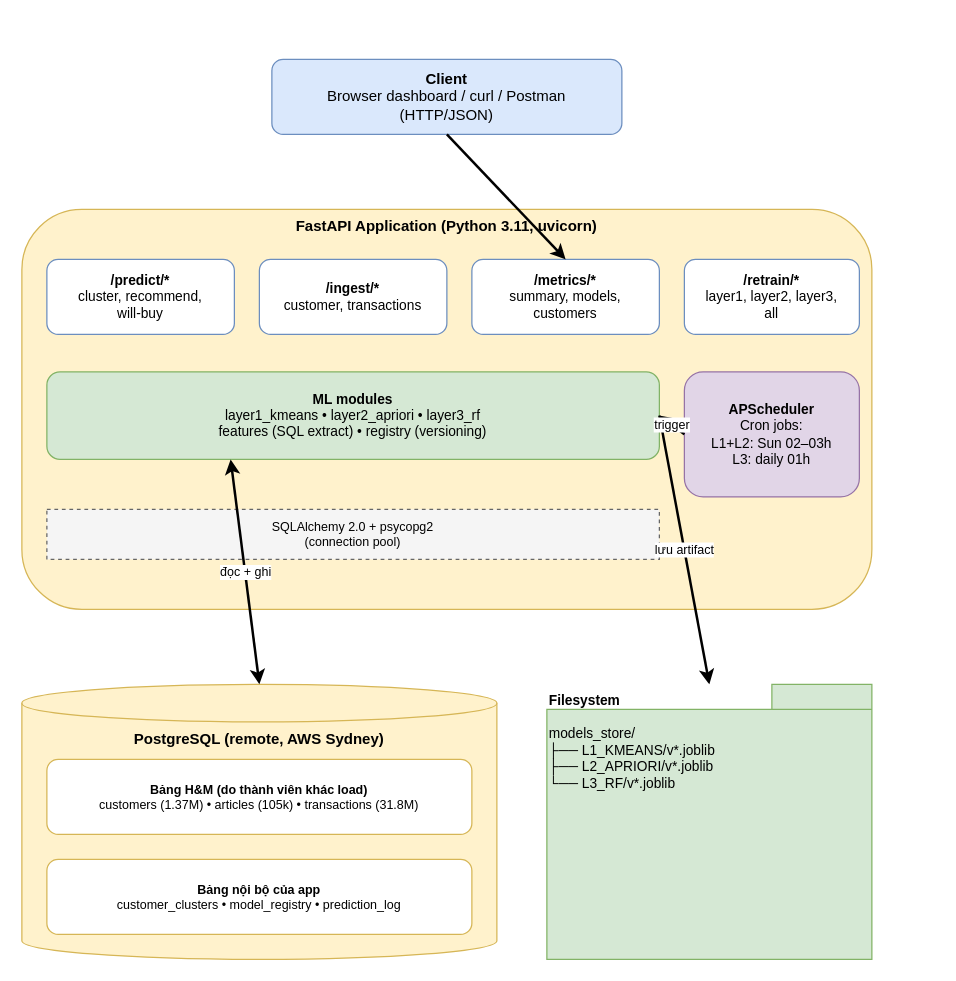
Before: data-mining/hm_mining_app/docs/diagrams/Hinh_5.1_kien_truc_tong_quan.drawio in levanminh04/Datawarehouse_Data-mining, a draw.io diagram. Source tidied: cells renumbered, new cells numbered last; positions are measured from the earlier drawing's top-left corner, leaving out a move shared by most shapes. Both pictures are drawn from the tidied source at 125%, with x=0, y=0 at pixel (21, 59).
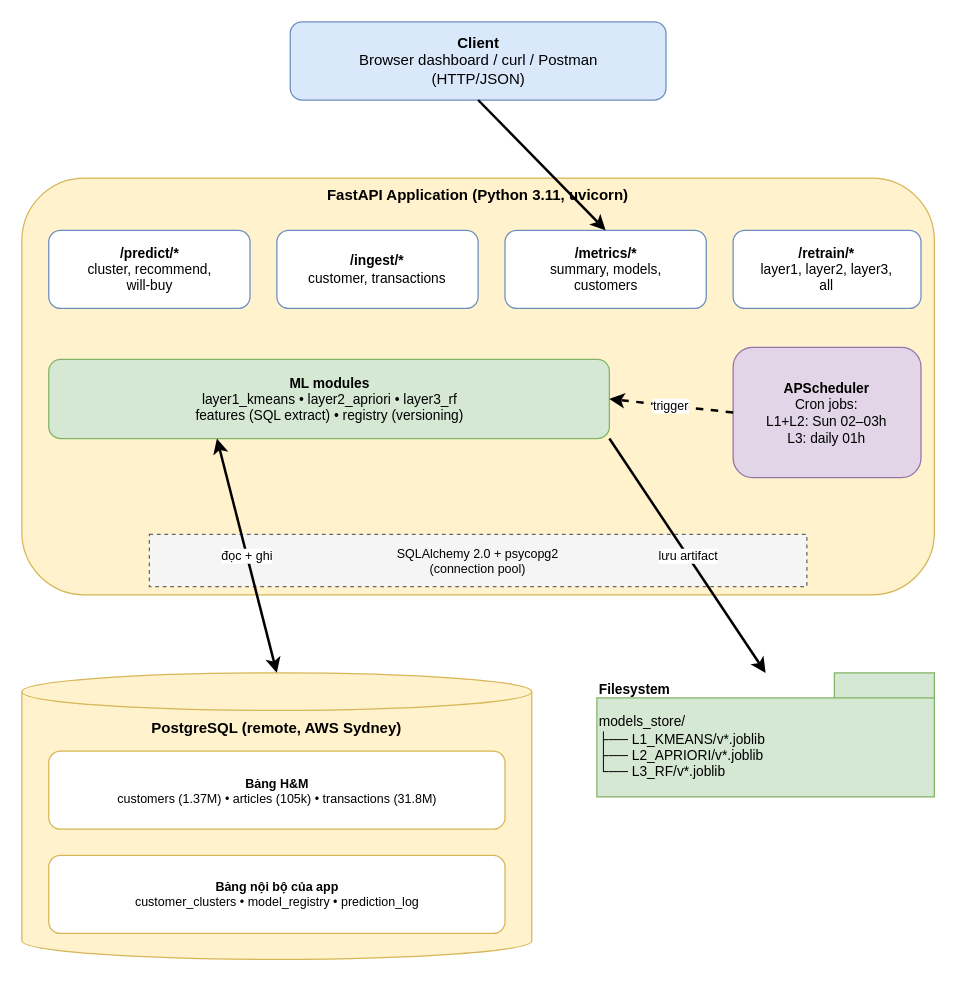
The same diagram, later.

The edit, as a diff of the source:
```diff
@@
 <mxGraphModel>
   <root>
     <mxCell id="0" />
     <mxCell id="1" parent="0" />
+    <mxCell id="19" style="group;" parent="1" vertex="1">
+      <mxGeometry y="-30" width="730" height="750" as="geometry" />
+    </mxCell>
-    <mxCell id="2" value="&lt;b&gt;Client&lt;/b&gt;&lt;br/&gt;Browser dashboard / curl / Postman&lt;br/&gt;(HTTP/JSON)" style="rounded=1;whiteSpace=wrap;html=1;fillColor=#dae8fc;strokeColor=#6c8ebf;fontSize=12;" parent="1" vertex="1">
-      <mxGeometry x="200" width="280" height="60" as="geometry" />
+    <mxCell id="2" value="&lt;b&gt;Client&lt;/b&gt;&lt;br/&gt;Browser dashboard / curl / Postman&lt;br/&gt;(HTTP/JSON)" style="rounded=1;whiteSpace=wrap;html=1;fillColor=#dae8fc;strokeColor=#6c8ebf;fontSize=12;" parent="19" vertex="1">
+      <mxGeometry x="214.7" width="300.6" height="62.5" as="geometry" />
     </mxCell>
-    <mxCell id="3" value="&lt;b&gt;FastAPI Application (Python 3.11, uvicorn)&lt;/b&gt;" style="rounded=1;whiteSpace=wrap;html=1;fillColor=#fff2cc;strokeColor=#d6b656;verticalAlign=top;fontSize=12;align=center;" parent="1" vertex="1">
-      <mxGeometry y="120" width="680" height="320" as="geometry" />
+    <mxCell id="3" value="&lt;b&gt;FastAPI Application (Python 3.11, uvicorn)&lt;/b&gt;" style="rounded=1;whiteSpace=wrap;html=1;fillColor=#fff2cc;strokeColor=#d6b656;verticalAlign=top;fontSize=12;align=center;" parent="19" vertex="1">
+      <mxGeometry y="125" width="730" height="333.3" as="geometry" />
     </mxCell>
-    <mxCell id="4" value="&lt;b&gt;/predict/*&lt;/b&gt;&lt;br/&gt;cluster, recommend,&lt;br/&gt;will-buy" style="rounded=1;whiteSpace=wrap;html=1;fillColor=#ffffff;strokeColor=#6c8ebf;fontSize=11;" parent="1" vertex="1">
-      <mxGeometry x="20" y="160" width="150" height="60" as="geometry" />
+    <mxCell id="4" value="&lt;b&gt;/predict/*&lt;/b&gt;&lt;br/&gt;cluster, recommend,&lt;br/&gt;will-buy" style="rounded=1;whiteSpace=wrap;html=1;fillColor=#ffffff;strokeColor=#6c8ebf;fontSize=11;" parent="19" vertex="1">
+      <mxGeometry x="21.5" y="166.7" width="161" height="62.5" as="geometry" />
     </mxCell>
-    <mxCell id="5" value="&lt;b&gt;/ingest/*&lt;/b&gt;&lt;br/&gt;customer, transactions" style="rounded=1;whiteSpace=wrap;html=1;fillColor=#ffffff;strokeColor=#6c8ebf;fontSize=11;" parent="1" vertex="1">
-      <mxGeometry x="190" y="160" width="150" height="60" as="geometry" />
+    <mxCell id="5" value="&lt;b&gt;/ingest/*&lt;/b&gt;&lt;br/&gt;customer, transactions" style="rounded=1;whiteSpace=wrap;html=1;fillColor=#ffffff;strokeColor=#6c8ebf;fontSize=11;" parent="19" vertex="1">
+      <mxGeometry x="204" y="166.7" width="161" height="62.5" as="geometry" />
     </mxCell>
-    <mxCell id="6" value="&lt;b&gt;/metrics/*&lt;/b&gt;&lt;br/&gt;summary, models,&lt;br/&gt;customers" style="rounded=1;whiteSpace=wrap;html=1;fillColor=#ffffff;strokeColor=#6c8ebf;fontSize=11;" parent="1" vertex="1">
-      <mxGeometry x="360" y="160" width="150" height="60" as="geometry" />
+    <mxCell id="6" value="&lt;b&gt;/metrics/*&lt;/b&gt;&lt;br/&gt;summary, models,&lt;br/&gt;customers" style="rounded=1;whiteSpace=wrap;html=1;fillColor=#ffffff;strokeColor=#6c8ebf;fontSize=11;" parent="19" vertex="1">
+      <mxGeometry x="386.5" y="166.7" width="161" height="62.5" as="geometry" />
     </mxCell>
-    <mxCell id="7" value="&lt;b&gt;/retrain/*&lt;/b&gt;&lt;br/&gt;layer1, layer2, layer3,&lt;br/&gt;all" style="rounded=1;whiteSpace=wrap;html=1;fillColor=#ffffff;strokeColor=#6c8ebf;fontSize=11;" parent="1" vertex="1">
-      <mxGeometry x="530" y="160" width="140" height="60" as="geometry" />
+    <mxCell id="7" value="&lt;b&gt;/retrain/*&lt;/b&gt;&lt;br/&gt;layer1, layer2, layer3,&lt;br/&gt;all" style="rounded=1;whiteSpace=wrap;html=1;fillColor=#ffffff;strokeColor=#6c8ebf;fontSize=11;" parent="19" vertex="1">
+      <mxGeometry x="569" y="166.7" width="150.3" height="62.5" as="geometry" />
     </mxCell>
-    <mxCell id="8" value="&lt;b&gt;ML modules&lt;/b&gt;&lt;br/&gt;layer1_kmeans • layer2_apriori • layer3_rf&lt;br/&gt;features (SQL extract) • registry (versioning)" style="rounded=1;whiteSpace=wrap;html=1;fillColor=#d5e8d4;strokeColor=#82b366;fontSize=11;" parent="1" vertex="1">
-      <mxGeometry x="20" y="250" width="490" height="70" as="geometry" />
+    <mxCell id="8" value="&lt;b&gt;ML modules&lt;/b&gt;&lt;br/&gt;layer1_kmeans • layer2_apriori • layer3_rf&lt;br/&gt;features (SQL extract) • registry (versioning)" style="rounded=1;whiteSpace=wrap;html=1;fillColor=#d5e8d4;strokeColor=#82b366;fontSize=11;" parent="19" vertex="1">
+      <mxGeometry x="21.5" y="270" width="448.5" height="63.3" as="geometry" />
     </mxCell>
-    <mxCell id="9" value="&lt;b&gt;APScheduler&lt;/b&gt;&lt;br/&gt;Cron jobs:&lt;br/&gt;L1+L2: Sun 02–03h&lt;br/&gt;L3: daily 01h" style="rounded=1;whiteSpace=wrap;html=1;fillColor=#e1d5e7;strokeColor=#9673a6;fontSize=11;" parent="1" vertex="1">
-      <mxGeometry x="530" y="250" width="140" height="100" as="geometry" />
+    <mxCell id="9" value="&lt;b&gt;APScheduler&lt;/b&gt;&lt;br/&gt;Cron jobs:&lt;br/&gt;L1+L2: Sun 02–03h&lt;br/&gt;L3: daily 01h" style="rounded=1;whiteSpace=wrap;html=1;fillColor=#e1d5e7;strokeColor=#9673a6;fontSize=11;" parent="19" vertex="1">
+      <mxGeometry x="569" y="260.4" width="150.3" height="104.2" as="geometry" />
     </mxCell>
-    <mxCell id="10" value="SQLAlchemy 2.0 + psycopg2&lt;br/&gt;(connection pool)" style="rounded=0;whiteSpace=wrap;html=1;fillColor=#f5f5f5;strokeColor=#666;fontSize=10;dashed=1;" parent="1" vertex="1">
-      <mxGeometry x="20" y="360" width="490" height="40" as="geometry" />
+    <mxCell id="10" value="SQLAlchemy 2.0 + psycopg2&lt;br/&gt;(connection pool)" style="rounded=0;whiteSpace=wrap;html=1;fillColor=#f5f5f5;strokeColor=#666;fontSize=10;dashed=1;" parent="19" vertex="1">
+      <mxGeometry x="102" y="410" width="526" height="41.7" as="geometry" />
     </mxCell>
-    <mxCell id="11" value="&lt;b&gt;PostgreSQL (remote, AWS Sydney)&lt;/b&gt;" style="shape=cylinder3;whiteSpace=wrap;html=1;boundedLbl=1;backgroundOutline=1;size=15;fillColor=#fff2cc;strokeColor=#d6b656;fontSize=12;verticalAlign=top;" parent="1" vertex="1">
-      <mxGeometry y="500" width="380" height="220" as="geometry" />
+    <mxCell id="11" value="&lt;b&gt;PostgreSQL (remote, AWS Sydney)&lt;/b&gt;" style="shape=cylinder3;whiteSpace=wrap;html=1;boundedLbl=1;backgroundOutline=1;size=15;fillColor=#fff2cc;strokeColor=#d6b656;fontSize=12;verticalAlign=top;" parent="19" vertex="1">
+      <mxGeometry y="520.8" width="407.9" height="229.2" as="geometry" />
     </mxCell>
-    <mxCell id="12" value="&lt;b&gt;Bảng H&amp;M (do thành viên khác load)&lt;/b&gt;&lt;br/&gt;customers (1.37M) • articles (105k) • transactions (31.8M)" style="rounded=1;whiteSpace=wrap;html=1;fillColor=#ffffff;strokeColor=#d6b656;fontSize=10;" parent="1" vertex="1">
-      <mxGeometry x="20" y="560" width="340" height="60" as="geometry" />
+    <mxCell id="12" value="&lt;b&gt;Bảng H&amp;amp;M&lt;/b&gt;&lt;br&gt;customers (1.37M) • articles (105k) • transactions (31.8M)" style="rounded=1;whiteSpace=wrap;html=1;fillColor=#ffffff;strokeColor=#d6b656;fontSize=10;" parent="19" vertex="1">
+      <mxGeometry x="21.5" y="583.3" width="365" height="62.5" as="geometry" />
     </mxCell>
-    <mxCell id="13" value="&lt;b&gt;Bảng nội bộ của app&lt;/b&gt;&lt;br/&gt;customer_clusters • model_registry • prediction_log" style="rounded=1;whiteSpace=wrap;html=1;fillColor=#ffffff;strokeColor=#d6b656;fontSize=10;" parent="1" vertex="1">
-      <mxGeometry x="20" y="640" width="340" height="60" as="geometry" />
+    <mxCell id="13" value="&lt;b&gt;Bảng nội bộ của app&lt;/b&gt;&lt;br/&gt;customer_clusters • model_registry • prediction_log" style="rounded=1;whiteSpace=wrap;html=1;fillColor=#ffffff;strokeColor=#d6b656;fontSize=10;" parent="19" vertex="1">
+      <mxGeometry x="21.5" y="666.7" width="365" height="62.5" as="geometry" />
     </mxCell>
-    <mxCell id="14" value="&lt;b&gt;Filesystem&lt;/b&gt;&lt;br/&gt;&lt;br/&gt;models_store/&lt;br/&gt;├── L1_KMEANS/v*.joblib&lt;br/&gt;├── L2_APRIORI/v*.joblib&lt;br/&gt;└── L3_RF/v*.joblib" style="shape=folder;whiteSpace=wrap;html=1;fillColor=#d5e8d4;strokeColor=#82b366;fontSize=11;verticalAlign=top;align=left;tabWidth=80;tabHeight=20;" parent="1" vertex="1">
-      <mxGeometry x="420" y="500" width="260" height="220" as="geometry" />
+    <mxCell id="14" value="&lt;b&gt;Filesystem&lt;/b&gt;&lt;br/&gt;&lt;br/&gt;models_store/&lt;br/&gt;├── L1_KMEANS/v*.joblib&lt;br/&gt;├── L2_APRIORI/v*.joblib&lt;br/&gt;└── L3_RF/v*.joblib" style="shape=folder;whiteSpace=wrap;html=1;fillColor=#d5e8d4;strokeColor=#82b366;fontSize=11;verticalAlign=top;align=left;tabWidth=80;tabHeight=20;" parent="19" vertex="1">
+      <mxGeometry x="460" y="520.8" width="270" height="99.2" as="geometry" />
     </mxCell>
-    <mxCell id="15" style="endArrow=classic;html=1;rounded=0;exitX=0.5;exitY=1;exitDx=0;exitDy=0;entryX=0.5;entryY=0;entryDx=0;entryDy=0;strokeWidth=2;" parent="1" edge="1" source="2" target="6">
+    <mxCell id="15" style="endArrow=classic;html=1;rounded=0;exitX=0.5;exitY=1;exitDx=0;exitDy=0;entryX=0.5;entryY=0;entryDx=0;entryDy=0;strokeWidth=2;" parent="19" edge="1" source="2" target="6">
       <mxGeometry relative="1" as="geometry" />
     </mxCell>
-    <mxCell id="16" value="đọc + ghi" style="endArrow=classic;html=1;rounded=0;startArrow=classic;startFill=1;exitX=0.3;exitY=1;exitDx=0;exitDy=0;entryX=0.5;entryY=0;entryDx=0;entryDy=0;strokeWidth=2;fontSize=10;" parent="1" edge="1" source="8" target="11">
+    <mxCell id="16" value="đọc + ghi" style="endArrow=classic;html=1;rounded=0;startArrow=classic;startFill=1;exitX=0.3;exitY=1;exitDx=0;exitDy=0;entryX=0.5;entryY=0;entryDx=0;entryDy=0;strokeWidth=2;fontSize=10;" parent="19" edge="1" source="8" target="11">
       <mxGeometry relative="1" as="geometry" />
     </mxCell>
-    <mxCell id="17" value="lưu artifact" style="endArrow=classic;html=1;rounded=0;exitX=1;exitY=0.5;exitDx=0;exitDy=0;entryX=0.5;entryY=0;entryDx=0;entryDy=0;strokeWidth=2;fontSize=10;" parent="1" edge="1" source="8" target="14">
+    <mxCell id="17" value="lưu artifact" style="endArrow=classic;html=1;rounded=0;exitX=1;exitY=1;exitDx=0;exitDy=0;entryX=0.5;entryY=0;entryDx=0;entryDy=0;strokeWidth=2;fontSize=10;" parent="19" edge="1" source="8" target="14">
       <mxGeometry relative="1" as="geometry" />
     </mxCell>
-    <mxCell id="18" value="trigger" style="endArrow=classic;html=1;rounded=0;exitX=0;exitY=0.5;exitDx=0;exitDy=0;entryX=1;entryY=0.5;entryDx=0;entryDy=0;strokeWidth=2;dashed=1;fontSize=10;" parent="1" edge="1" source="9" target="8">
+    <mxCell id="18" value="trigger" style="endArrow=classic;html=1;rounded=0;exitX=0;exitY=0.5;exitDx=0;exitDy=0;entryX=1;entryY=0.5;entryDx=0;entryDy=0;strokeWidth=2;dashed=1;fontSize=10;" parent="19" edge="1" source="9" target="8">
       <mxGeometry relative="1" as="geometry" />
     </mxCell>
   </root>
 </mxGraphModel>
```
